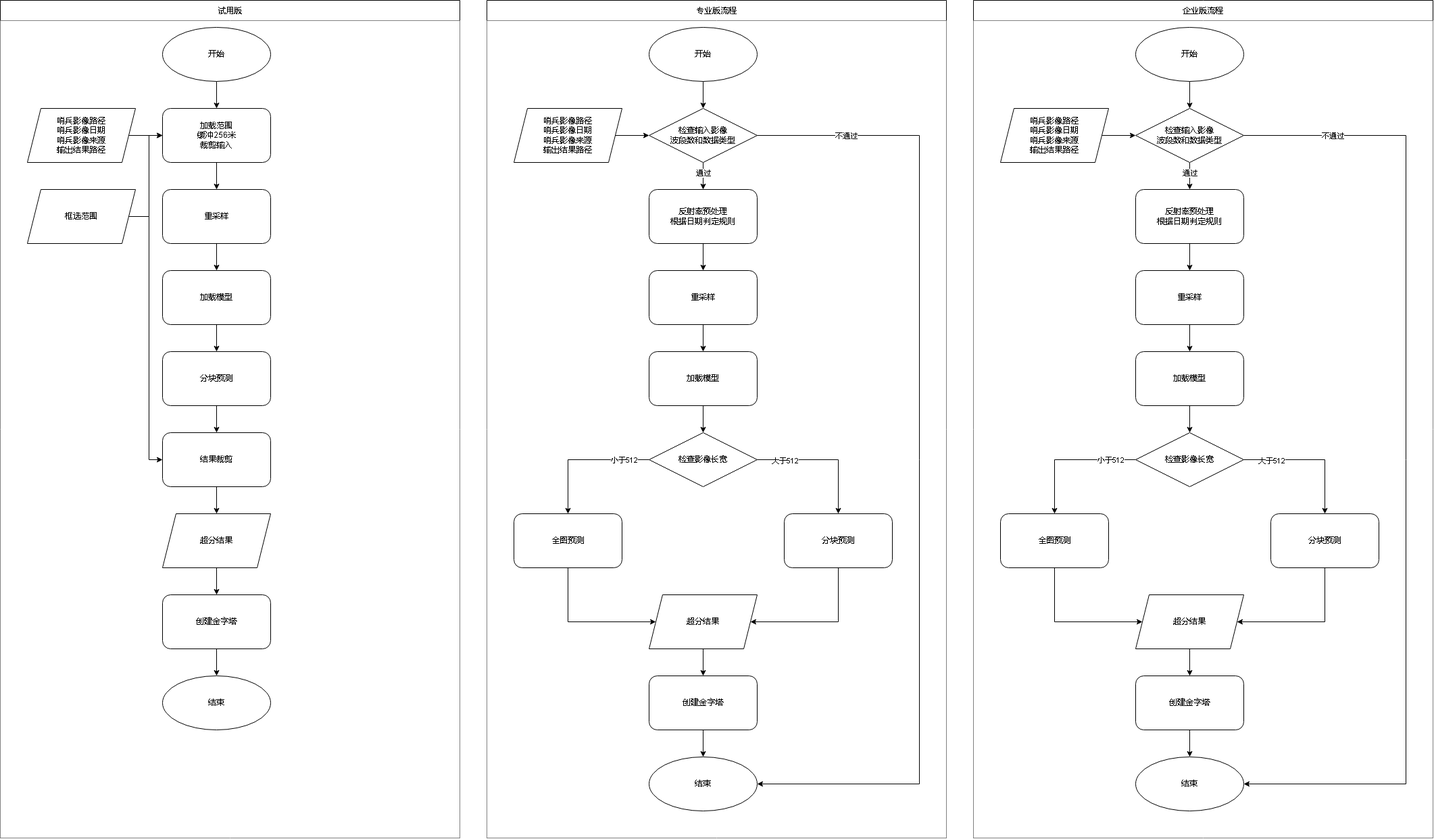
This is sfarm/专业版节点计算流程.drawio.png from bayberryan/diagrams, a draw.io export, as it was before one commit. Source tidied: cells renumbered, new cells last; positions are measured from the earlier drawing's top-left corner, leaving out a move shared by most shapes.
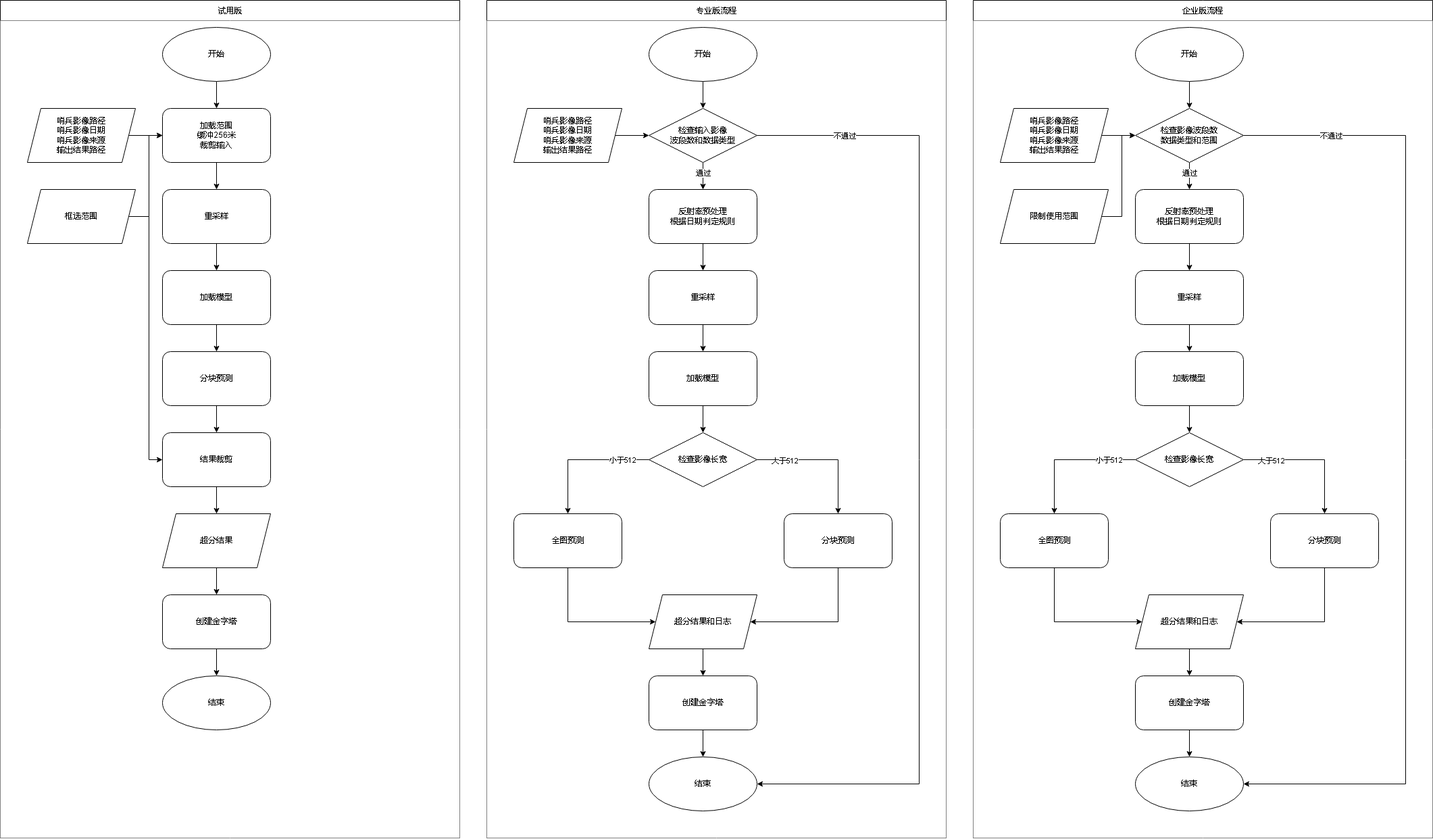
Later version of the same file.

Commit message:
更新专业版节点计算流程.drawio.png

What changed in the source:
```diff
@@ -108,7 +108,7 @@
     <mxCell id="30" style="edgeStyle=orthogonalEdgeStyle;rounded=0;jettySize=auto;html=1;entryX=0.5;entryY=0;entryDx=0;entryDy=0;" parent="1" edge="1" source="31" target="33">
       <mxGeometry relative="1" as="geometry" />
     </mxCell>
-    <mxCell id="31" value="&lt;div style=&quot;text-align: left;&quot;&gt;超分结果&lt;/div&gt;" style="shape=parallelogram;perimeter=parallelogramPerimeter;whiteSpace=wrap;html=1;fixedSize=1;" parent="1" vertex="1">
+    <mxCell id="31" value="&lt;div style=&quot;text-align: left;&quot;&gt;超分结果和日志&lt;/div&gt;" style="shape=parallelogram;perimeter=parallelogramPerimeter;whiteSpace=wrap;html=1;fixedSize=1;" parent="1" vertex="1">
       <mxGeometry x="960" y="880" width="160" height="80" as="geometry" />
     </mxCell>
     <mxCell id="32" style="edgeStyle=orthogonalEdgeStyle;rounded=0;jettySize=auto;html=1;" parent="1" edge="1" source="33" target="34">
@@ -226,7 +226,7 @@
         <mxPoint x="18" as="offset" />
       </mxGeometry>
     </mxCell>
-    <mxCell id="68" value="检查输入影像&lt;div&gt;波段数和数据类型&lt;/div&gt;" style="rhombus;whiteSpace=wrap;html=1;" parent="1" vertex="1">
+    <mxCell id="68" value="检查影像波段数&lt;div&gt;数据类型和范围&lt;/div&gt;" style="rhombus;whiteSpace=wrap;html=1;" parent="1" vertex="1">
       <mxGeometry x="1680" y="160" width="160" height="80" as="geometry" />
     </mxCell>
     <mxCell id="69" style="edgeStyle=orthogonalEdgeStyle;rounded=0;jettySize=auto;html=1;exitX=0;exitY=0.5;exitDx=0;exitDy=0;" parent="1" edge="1" source="73" target="75">
@@ -289,7 +289,7 @@
     <mxCell id="84" style="edgeStyle=orthogonalEdgeStyle;rounded=0;jettySize=auto;html=1;entryX=0.5;entryY=0;entryDx=0;entryDy=0;" parent="1" edge="1" source="85" target="87">
       <mxGeometry relative="1" as="geometry" />
     </mxCell>
-    <mxCell id="85" value="&lt;div style=&quot;text-align: left;&quot;&gt;超分结果&lt;/div&gt;" style="shape=parallelogram;perimeter=parallelogramPerimeter;whiteSpace=wrap;html=1;fixedSize=1;" parent="1" vertex="1">
+    <mxCell id="85" value="&lt;div style=&quot;text-align: left;&quot;&gt;超分结果和日志&lt;/div&gt;" style="shape=parallelogram;perimeter=parallelogramPerimeter;whiteSpace=wrap;html=1;fixedSize=1;" parent="1" vertex="1">
       <mxGeometry x="1680" y="880" width="160" height="80" as="geometry" />
     </mxCell>
     <mxCell id="86" style="edgeStyle=orthogonalEdgeStyle;rounded=0;jettySize=auto;html=1;" parent="1" edge="1" source="87" target="88">
@@ -307,5 +307,11 @@
     <mxCell id="90" value="加载模型" style="rounded=1;whiteSpace=wrap;html=1;" parent="1" vertex="1">
       <mxGeometry x="1680" y="520" width="160" height="80" as="geometry" />
     </mxCell>
+    <mxCell id="91" style="edgeStyle=orthogonalEdgeStyle;rounded=0;jettySize=auto;html=1;entryX=0;entryY=0.5;entryDx=0;entryDy=0;" parent="1" edge="1" source="92" target="68">
+      <mxGeometry relative="1" as="geometry" />
+    </mxCell>
+    <mxCell id="92" value="&lt;div style=&quot;text-align: left;&quot;&gt;限制使用范围&lt;/div&gt;" style="shape=parallelogram;perimeter=parallelogramPerimeter;whiteSpace=wrap;html=1;fixedSize=1;" parent="1" vertex="1">
+      <mxGeometry x="1480" y="280" width="160" height="80" as="geometry" />
+    </mxCell>
   </root>
 </mxGraphModel>
```
